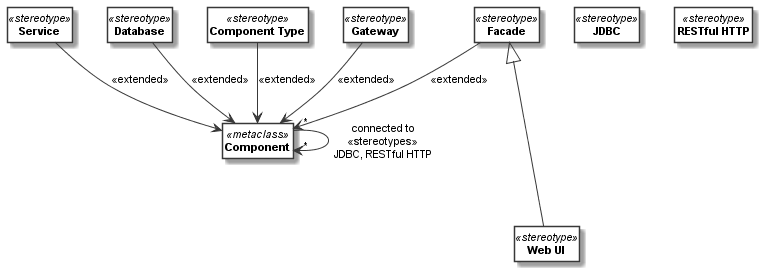
Earlier version of the PlantUML export docsrc/source/images/component_meta_model.png (uzdun/CodeableModels). Its diagram source:
```plantuml
@startuml
skinparam monochrome true
skinparam ClassBackgroundColor White
hide empty members
hide circle
skinparam defaultFontName Arial
skinparam defaultFontSize 11
class "<b>Component</b>" as __1_Component <<metaclass>>
class "<b>Component Type</b>" as __2_Component_Type <<stereotype>>
class "<b>Service</b>" as __3_Service <<stereotype>>
class "<b>Database</b>" as __4_Database <<stereotype>>
class "<b>Facade</b>" as __5_Facade <<stereotype>>
class "<b>Web UI</b>" as __6_Web_UI <<stereotype>>
class "<b>Gateway</b>" as __7_Gateway <<stereotype>>
class "<b>JDBC</b>" as __8_JDBC <<stereotype>>
class "<b>RESTful HTTP</b>" as __9_RESTful_HTTP <<stereotype>>
__5_Facade <|--- __6_Web_UI
__1_Component " * "  -->  " * " __1_Component: "connected to\n<<stereotypes>>\nJDBC, RESTful HTTP"
__2_Component_Type --> __1_Component: "<<extended>>"
__3_Service --> __1_Component: "<<extended>>"
__4_Database --> __1_Component: "<<extended>>"
__5_Facade --> __1_Component: "<<extended>>"
__7_Gateway --> __1_Component: "<<extended>>"
@enduml
```
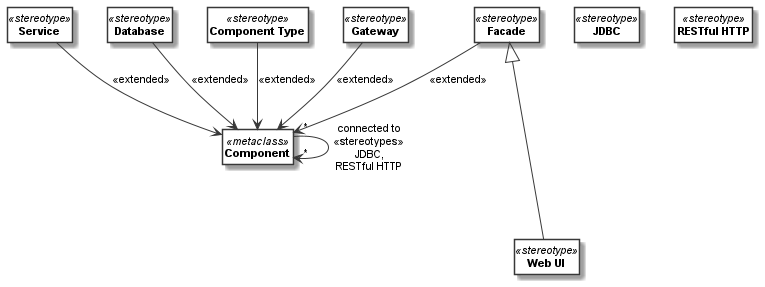
The same file after the commit.

The edit, as a diff of the source:
```diff
@@ -15,7 +15,7 @@
 class "<b>JDBC</b>" as __8_JDBC <<stereotype>>
 class "<b>RESTful HTTP</b>" as __9_RESTful_HTTP <<stereotype>>
 __5_Facade <|--- __6_Web_UI
-__1_Component " * "  -->  " * " __1_Component: "connected to\n<<stereotypes>>\nJDBC, RESTful HTTP"
+__1_Component " * "  -->  " * " __1_Component: "connected to\n<<stereotypes>>\nJDBC,\nRESTful HTTP"
 __2_Component_Type --> __1_Component: "<<extended>>"
 __3_Service --> __1_Component: "<<extended>>"
 __4_Database --> __1_Component: "<<extended>>"
```
